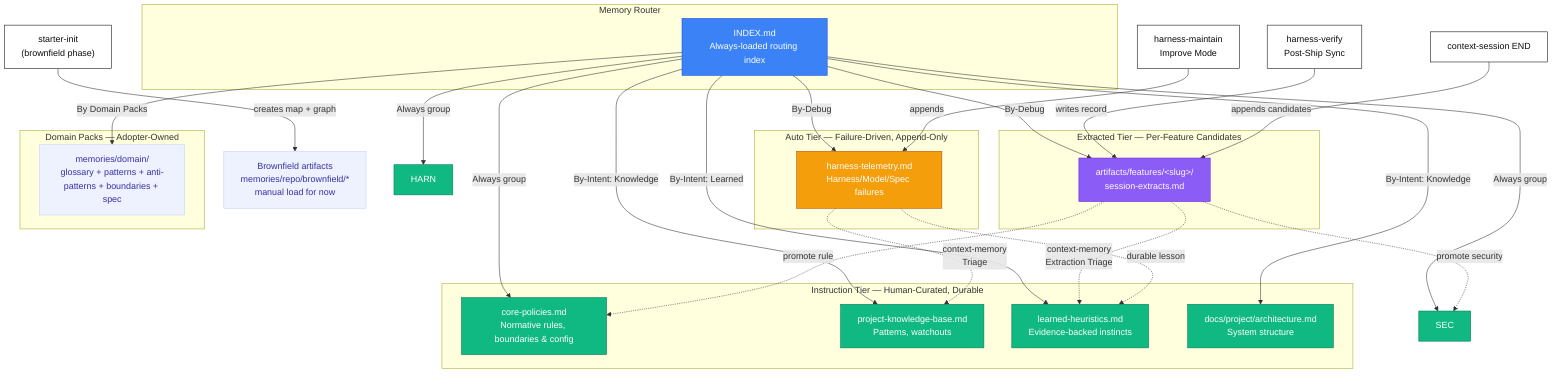
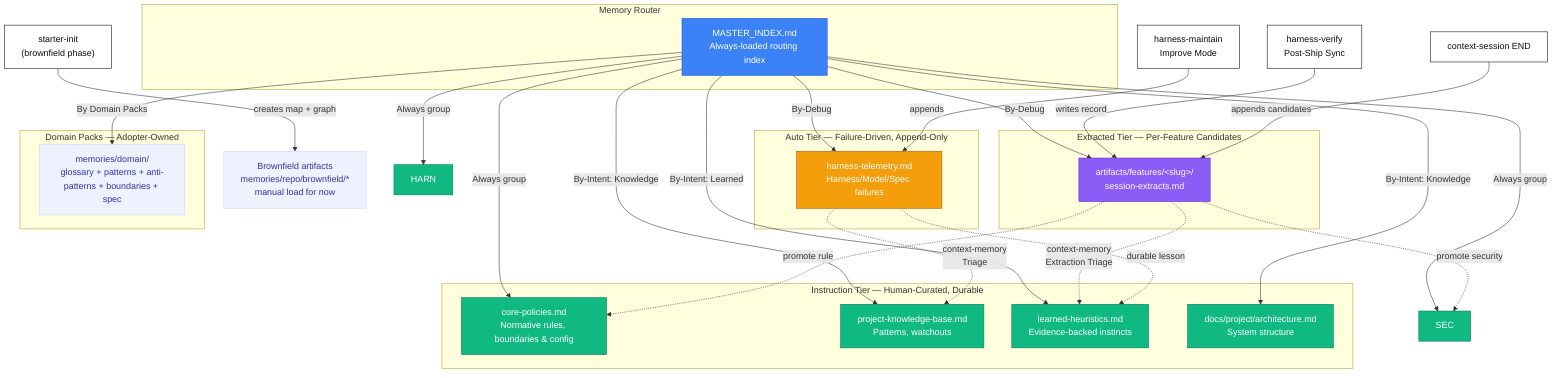
flowchart TD
    %% 3-Tier Memory Architecture (Instruction / Auto / Extracted)

    subgraph INSTR["Instruction Tier — Human-Curated, Durable"]
        CONST[core-policies.md<br/>Normative rules, boundaries & config]
        PKB[project-knowledge-base.md<br/>Patterns, watchouts]
        HEUR[learned-heuristics.md<br/>Evidence-backed instincts]
        ARCH[docs/project/architecture.md<br/>System structure]
    end

    subgraph AUTO["Auto Tier — Failure-Driven, Append-Only"]
        OBS[harness-telemetry.md<br/>Harness/Model/Spec failures]
    end

    subgraph EXTR["Extracted Tier — Per-Feature Candidates"]
        EXT[artifacts/features/&lt;slug&gt;/<br/>session-extracts.md]
    end

    subgraph ROUTER["Memory Router"]
-         IDX[INDEX.md<br/>Always-loaded routing index]
+         IDX[MASTER_INDEX.md<br/>Always-loaded routing index]
    end

    subgraph PACKS["Domain Packs — Adopter-Owned"]
        DPACK[memories/domain/<br/>glossary + patterns + anti-patterns + boundaries + spec]
    end

    BROWN[Brownfield artifacts<br/>memories/repo/brownfield/*<br/>manual load for now]

    %% Routing
    IDX -->|Always group| CONST
    IDX -->|Always group| SEC
    IDX -->|Always group| HARN
    IDX -->|By-Intent: Knowledge| PKB
    IDX -->|By-Intent: Knowledge| ARCH
    IDX -->|By-Intent: Learned| HEUR
    IDX -->|By Domain Packs| DPACK
    IDX -->|By-Debug| OBS
    IDX -->|By-Debug| EXT

    %% Promotion flow (extracted -> instruction)
    EXT -.->|context-memory<br/>Extraction Triage| HEUR
    EXT -.->|promote rule| CONST
    EXT -.->|promote security| SEC
    OBS -.->|context-memory<br/>Triage| PKB
    OBS -.->|durable lesson| HEUR

    %% Writers
    AIDV[harness-verify<br/>Post-Ship Sync] -->|writes record| EXT
    AIHN[harness-maintain<br/>Improve Mode] -->|appends| OBS
    AIDS[context-session END] -->|appends candidates| EXT
    AIBR["starter-init<br/>(brownfield phase)"] -->|creates map + graph| BROWN

    classDef instr fill:#10b981,stroke:#047857,color:#fff
    classDef auto fill:#f59e0b,stroke:#b45309,color:#fff
    classDef extr fill:#8b5cf6,stroke:#6d28d9,color:#fff
    classDef router fill:#3b82f6,stroke:#1d4ed8,color:#fff
    classDef writer fill:#fff,stroke:#0d0d0d,color:#0d0d0d
    classDef packs fill:#eef2ff,stroke:#c7d2fe,color:#3730a3

    class CONST,SEC,HARN,PKB,HEUR,ARCH instr
    class OBS auto
    class EXT extr
    class IDX router
    class DPACK,BROWN packs
    class AIDV,AIHN,AIDS,AIBR writer
